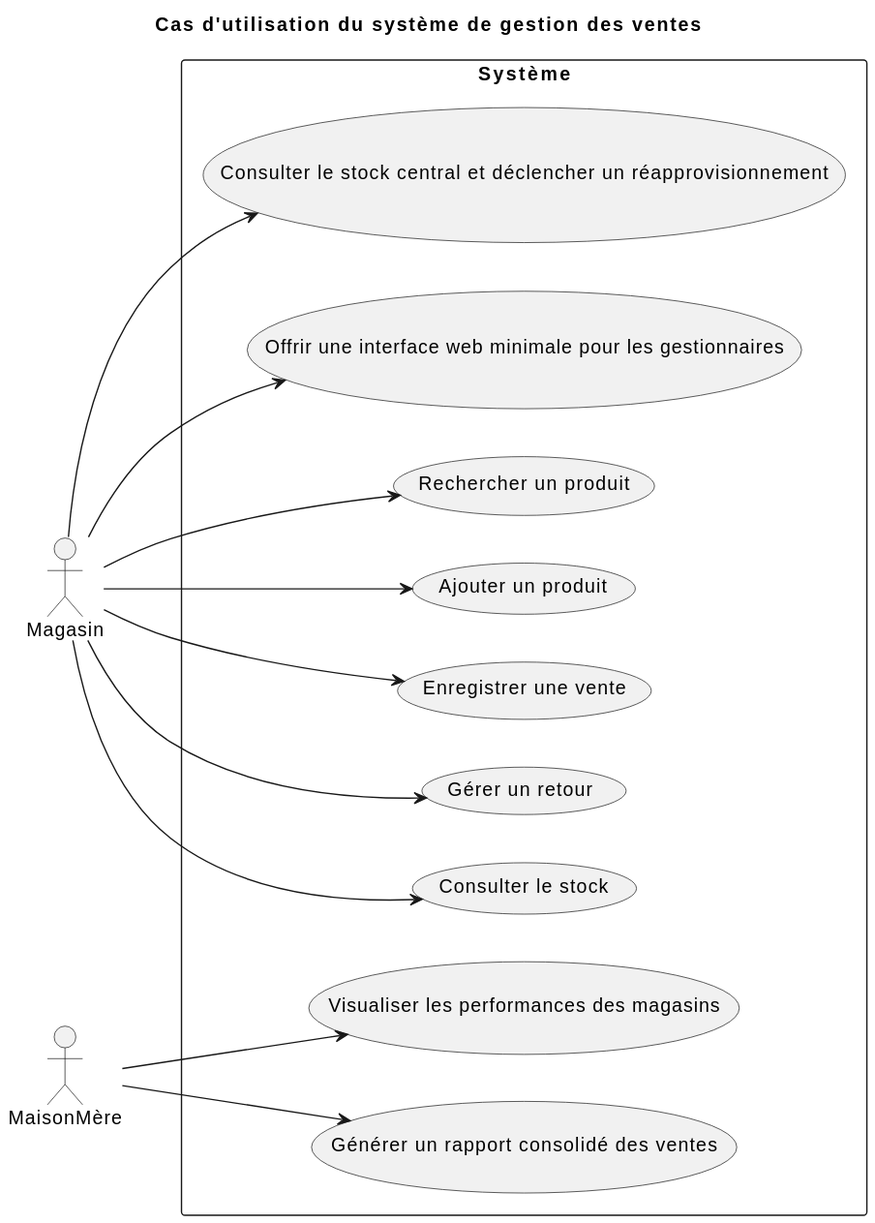
The PlantUML diagram out/docs/use-case/use-case/use-case.svg in RaphaelMailhiot/LOG430-labo, before a commit.
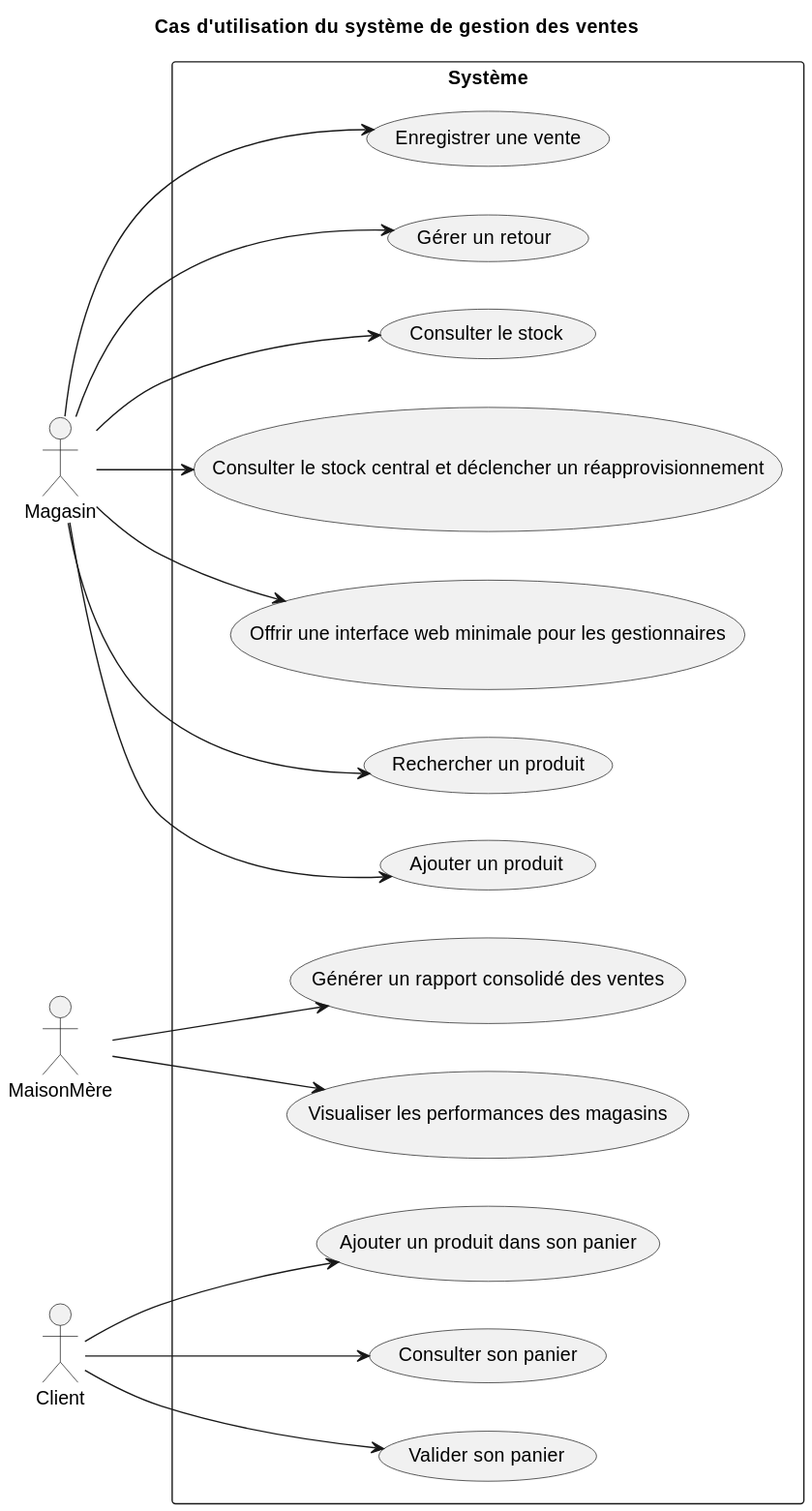
The same file after the commit.

The edit, as a diff of the source:
```diff
@@ -4,6 +4,7 @@
 title Cas d'utilisation du système de gestion des ventes
 actor Magasin as M
 actor MaisonMère as MM
+actor Client as C
 
 rectangle "Système" {
     usecase "Rechercher un produit"                         as RP
@@ -15,6 +16,9 @@
     usecase "Consulter le stock central et déclencher un réapprovisionnement" as CR
     usecase "Visualiser les performances des magasins"      as VPM
     usecase "Offrir une interface web minimale pour les gestionnaires"        as IW
+    usecase "Ajouter un produit dans son panier"        as APC
+    usecase "Consulter son panier"        as CP
+    usecase "Valider son panier"        as VP
 }
 
 M --> RP
@@ -26,4 +30,7 @@
 M --> CR
 MM --> VPM
 M --> IW
+C --> APC
+C --> CP
+C --> VP
 @enduml
```
